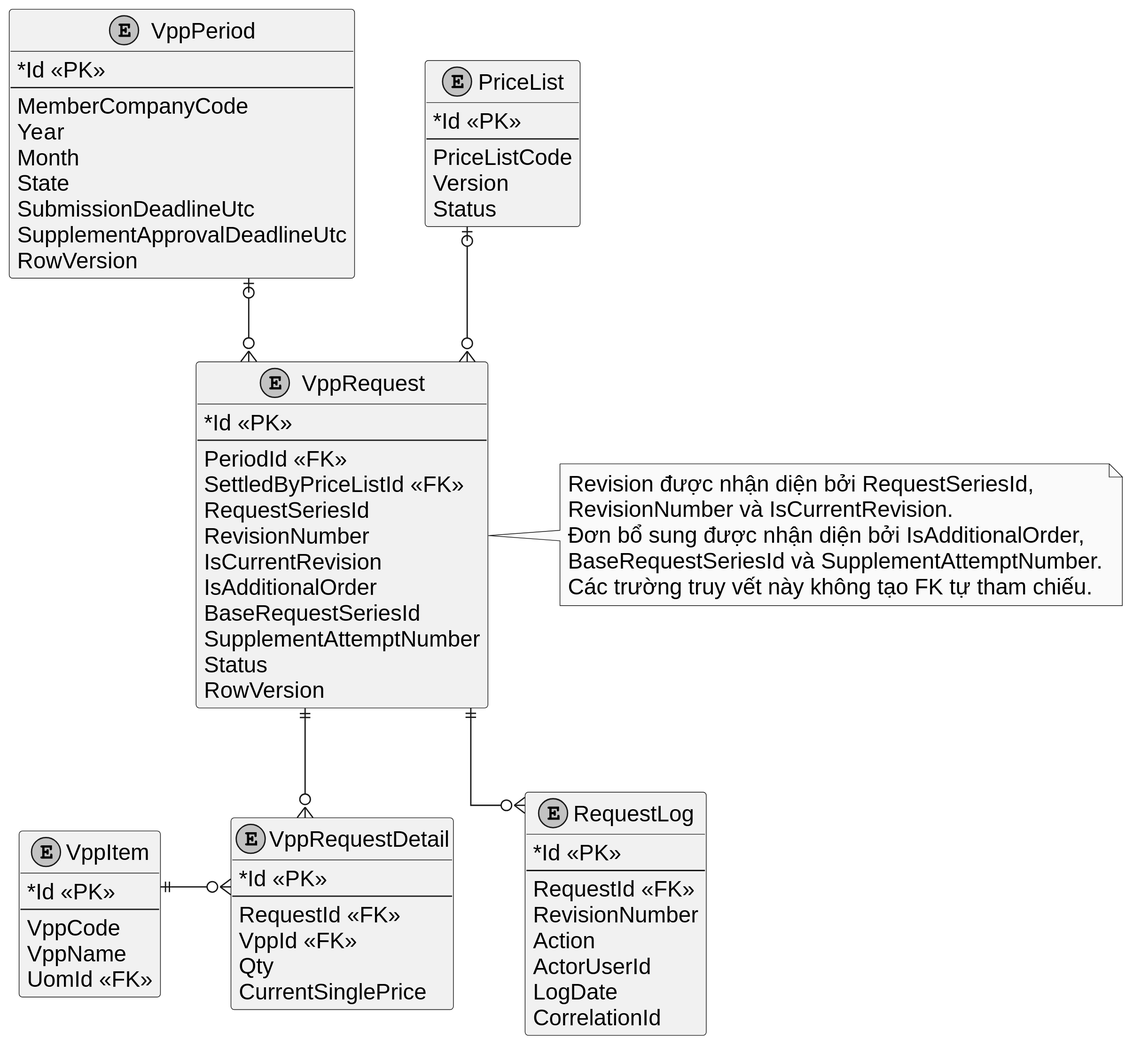
Earlier version of the PlantUML export LVTN/diagrams/ch03/data-models/05-logical-period-requests.svg (Miikey24s/gtas_vpp).
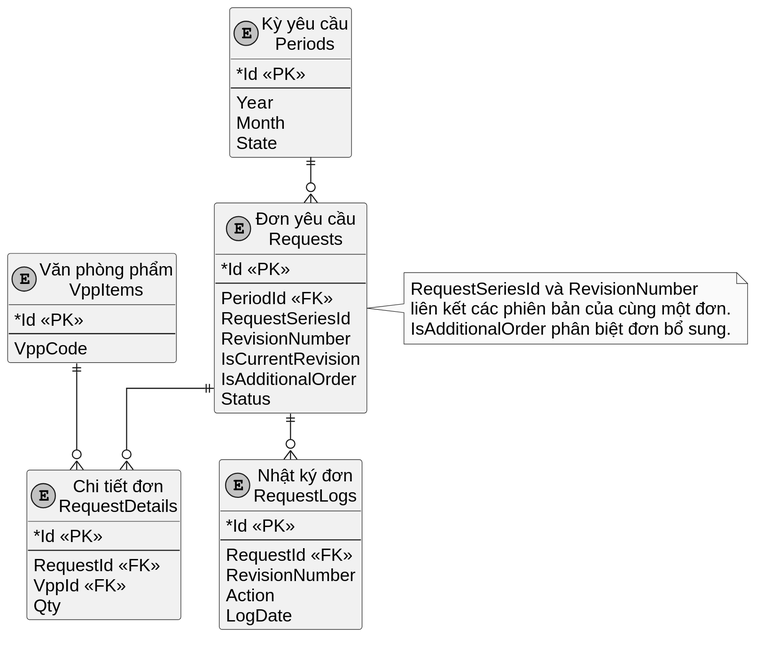
Later version of the same file.

What changed in the source:
```diff
@@ -1,98 +1,70 @@
 @startuml
 top to bottom direction
 skinparam backgroundColor white
-skinparam dpi 192
+skinparam dpi 160
 skinparam defaultFontName Arial
-skinparam defaultFontSize 17
+skinparam defaultFontSize 16
 skinparam monochrome true
 skinparam shadowing false
 skinparam linetype ortho
-skinparam nodesep 54
-skinparam ranksep 64
+skinparam nodesep 34
+skinparam ranksep 42
 skinparam classAttributeIconSize 0
 hide methods
 
-entity "VppPeriod" as Period {
+entity "Kỳ yêu cầu\nPeriods" as Period {
   * Id <<PK>>
   --
-  MemberCompanyCode
   Year
   Month
   State
-  SubmissionDeadlineUtc
-  SupplementApprovalDeadlineUtc
-  RowVersion
 }
 
-entity "PriceList" as PriceList {
-  * Id <<PK>>
-  --
-  PriceListCode
-  Version
-  Status
-}
-
-entity "VppRequest" as Request {
+entity "Đơn yêu cầu\nRequests" as Request {
   * Id <<PK>>
   --
   PeriodId <<FK>>
-  SettledByPriceListId <<FK>>
   RequestSeriesId
   RevisionNumber
   IsCurrentRevision
   IsAdditionalOrder
-  BaseRequestSeriesId
-  SupplementAttemptNumber
   Status
-  RowVersion
 }
 
-entity "VppItem" as Item {
-  * Id <<PK>>
-  --
-  VppCode
-  VppName
-  UomId <<FK>>
-}
-
-entity "VppRequestDetail" as Detail {
+entity "Chi tiết đơn\nRequestDetails" as Detail {
   * Id <<PK>>
   --
   RequestId <<FK>>
   VppId <<FK>>
   Qty
-  CurrentSinglePrice
 }
 
-entity "RequestLog" as Log {
+entity "Nhật ký đơn\nRequestLogs" as Log {
   * Id <<PK>>
   --
   RequestId <<FK>>
   RevisionNumber
   Action
-  ActorUserId
   LogDate
-  CorrelationId
 }
 
-note right of Request
-  Revision được nhận diện bởi RequestSeriesId,
-  RevisionNumber và IsCurrentRevision.
-  Đơn bổ sung được nhận diện bởi IsAdditionalOrder,
-  BaseRequestSeriesId và SupplementAttemptNumber.
-  Các trường truy vết này không tạo FK tự tham chiếu.
-end note
+entity "Văn phòng phẩm\nVppItems" as Item {
+  * Id <<PK>>
+  --
+  VppCode
+}
 
-Period |o--o{ Request
-PriceList |o--o{ Request
+Period ||--o{ Request
 Request ||--o{ Detail
 Request ||--o{ Log
 Item ||--o{ Detail
 
-Period -[hidden]right- PriceList
 Period -[hidden]down- Request
-PriceList -[hidden]down- Request
-Item -[hidden]right- Detail
 Detail -[hidden]right- Log
-Request -[hidden]down- Detail
+
+note right of Request
+  RequestSeriesId và RevisionNumber
+  liên kết các phiên bản của cùng một đơn.
+  IsAdditionalOrder phân biệt đơn bổ sung.
+end note
 @enduml
```
